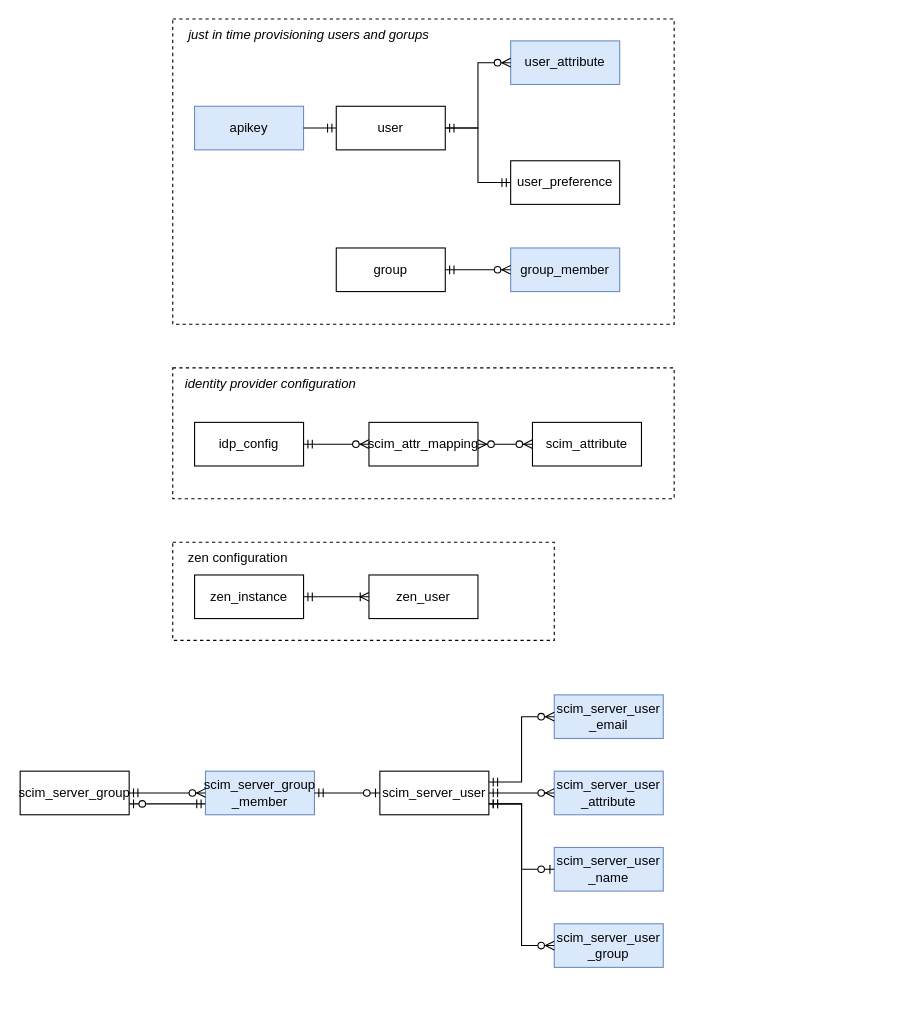
This is page "Page-2" (2 of 2) of IMDBSchemaDiagram.drawio from yannizhang2019/dbmigration, a draw.io file, before an edit. Source tidied: cells renumbered, new cells numbered last; positions are measured from the earlier drawing's top-left corner, leaving out a move shared by most shapes. Both pictures are drawn from the tidied source at 109%, with x=0, y=0 at pixel (20, 19).
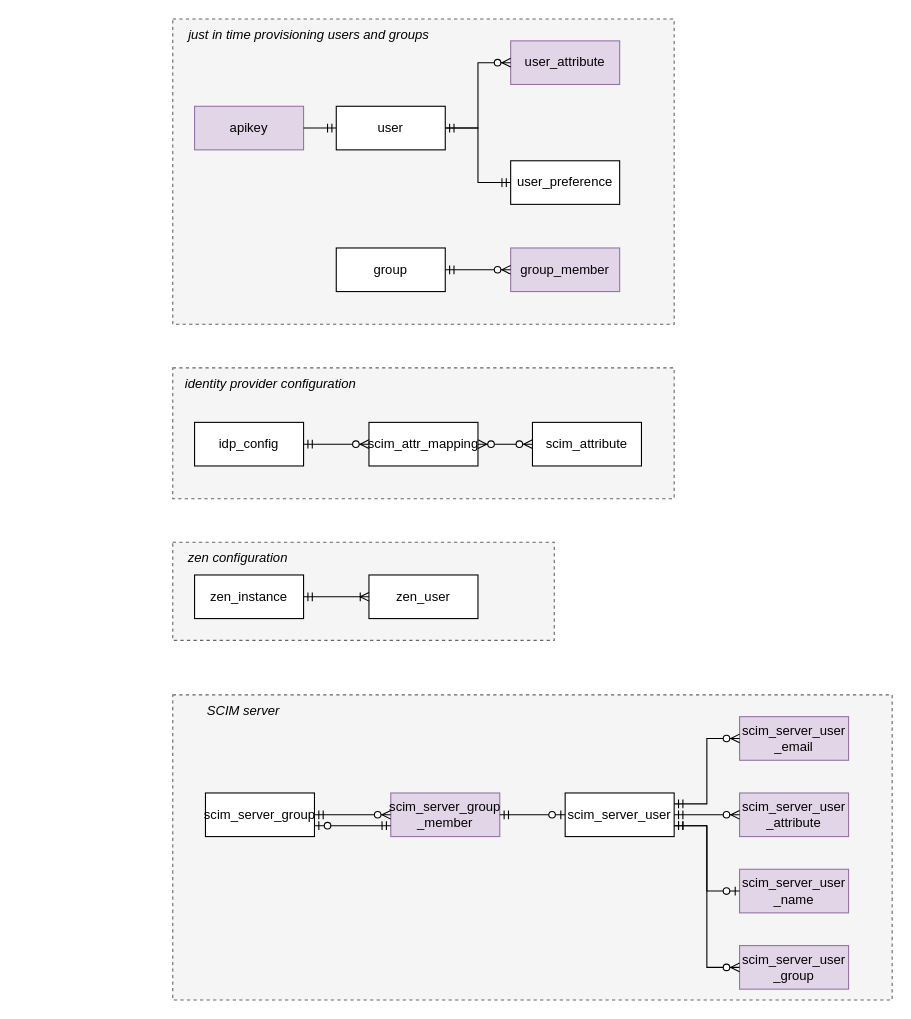
After the change.

The edit, as a diff of the source:
```diff
@@
+    <mxCell id="40" style="rounded=0;whiteSpace=wrap;html=1;fillColor=#f5f5f5;dashed=1;strokeColor=#666666;fontColor=#333333;" parent="1" vertex="1">
+      <mxGeometry x="140" y="620" width="660" height="280" as="geometry" />
+    </mxCell>
-    <mxCell id="2" style="rounded=0;whiteSpace=wrap;html=1;fillColor=none;dashed=1;" parent="1" vertex="1">
+    <mxCell id="2" style="rounded=0;whiteSpace=wrap;html=1;fillColor=#f5f5f5;dashed=1;strokeColor=#666666;fontColor=#333333;" parent="1" vertex="1">
       <mxGeometry x="140" y="480" width="350" height="90" as="geometry" />
     </mxCell>
-    <mxCell id="3" style="rounded=0;whiteSpace=wrap;html=1;fillColor=none;dashed=1;" parent="1" vertex="1">
+    <mxCell id="3" style="rounded=0;whiteSpace=wrap;html=1;fillColor=#f5f5f5;dashed=1;strokeColor=#666666;fontColor=#333333;" parent="1" vertex="1">
       <mxGeometry x="140" y="320" width="460" height="120" as="geometry" />
     </mxCell>
-    <mxCell id="4" style="rounded=0;whiteSpace=wrap;html=1;fillColor=none;dashed=1;" parent="1" vertex="1">
+    <mxCell id="4" style="rounded=0;whiteSpace=wrap;html=1;fillColor=#f5f5f5;dashed=1;strokeColor=#666666;fontColor=#333333;" parent="1" vertex="1">
       <mxGeometry x="140" width="460" height="280" as="geometry" />
     </mxCell>
@@
-    <mxCell id="6" value="user_attribute" style="whiteSpace=wrap;html=1;align=center;fillColor=#dae8fc;strokeColor=#6c8ebf;" parent="1" vertex="1">
+    <mxCell id="6" value="user_attribute" style="whiteSpace=wrap;html=1;align=center;fillColor=#e1d5e7;strokeColor=#9673a6;" parent="1" vertex="1">
       <mxGeometry x="450" y="20" width="100" height="40" as="geometry" />
     </mxCell>
-    <mxCell id="7" value="apikey" style="whiteSpace=wrap;html=1;align=center;fillColor=#dae8fc;strokeColor=#6c8ebf;" parent="1" vertex="1">
+    <mxCell id="7" value="apikey" style="whiteSpace=wrap;html=1;align=center;fillColor=#e1d5e7;strokeColor=#9673a6;" parent="1" vertex="1">
       <mxGeometry x="160" y="80" width="100" height="40" as="geometry" />
     </mxCell>
@@
-    <mxCell id="10" value="group_member" style="whiteSpace=wrap;html=1;align=center;fillColor=#dae8fc;strokeColor=#6c8ebf;" parent="1" vertex="1">
+    <mxCell id="10" value="group_member" style="whiteSpace=wrap;html=1;align=center;fillColor=#e1d5e7;strokeColor=#9673a6;" parent="1" vertex="1">
       <mxGeometry x="450" y="210" width="100" height="40" as="geometry" />
     </mxCell>
@@
-    <mxCell id="12" value="&lt;i&gt;just in time provisioning users and gorups&lt;/i&gt;" style="text;html=1;strokeColor=none;fillColor=none;align=center;verticalAlign=middle;whiteSpace=wrap;rounded=0;" parent="1" vertex="1">
+    <mxCell id="12" value="&lt;i&gt;just in time provisioning users and groups&lt;/i&gt;" style="text;html=1;strokeColor=none;fillColor=none;align=center;verticalAlign=middle;whiteSpace=wrap;rounded=0;" parent="1" vertex="1">
       <mxGeometry x="140" width="250" height="30" as="geometry" />
     </mxCell>
@@
-    <mxCell id="21" value="zen configuration" style="text;html=1;strokeColor=none;fillColor=none;align=center;verticalAlign=middle;whiteSpace=wrap;rounded=0;" parent="1" vertex="1">
+    <mxCell id="21" value="&lt;i&gt;zen configuration&lt;/i&gt;" style="text;html=1;strokeColor=none;fillColor=none;align=center;verticalAlign=middle;whiteSpace=wrap;rounded=0;" parent="1" vertex="1">
       <mxGeometry x="150" y="480" width="100" height="30" as="geometry" />
     </mxCell>
     <mxCell id="22" value="scim_server_user" style="whiteSpace=wrap;html=1;align=center;" parent="1" vertex="1">
-      <mxGeometry x="330" y="690" width="100" height="40" as="geometry" />
+      <mxGeometry x="500" y="710" width="100" height="40" as="geometry" />
     </mxCell>
-    <mxCell id="23" value="scim_server_user&lt;br&gt;_attribute" style="whiteSpace=wrap;html=1;align=center;fillColor=#dae8fc;strokeColor=#6c8ebf;" parent="1" vertex="1">
-      <mxGeometry x="490" y="690" width="100" height="40" as="geometry" />
+    <mxCell id="23" value="scim_server_user&lt;br&gt;_attribute" style="whiteSpace=wrap;html=1;align=center;fillColor=#e1d5e7;strokeColor=#9673a6;" parent="1" vertex="1">
+      <mxGeometry x="660" y="710" width="100" height="40" as="geometry" />
     </mxCell>
-    <mxCell id="24" value="scim_server_user&lt;br&gt;_email" style="whiteSpace=wrap;html=1;align=center;fillColor=#dae8fc;strokeColor=#6c8ebf;" parent="1" vertex="1">
-      <mxGeometry x="490" y="620" width="100" height="40" as="geometry" />
+    <mxCell id="24" value="scim_server_user&lt;br&gt;_email" style="whiteSpace=wrap;html=1;align=center;fillColor=#e1d5e7;strokeColor=#9673a6;" parent="1" vertex="1">
+      <mxGeometry x="660" y="640" width="100" height="40" as="geometry" />
     </mxCell>
-    <mxCell id="25" value="scim_server_user&lt;br&gt;_name" style="whiteSpace=wrap;html=1;align=center;fillColor=#dae8fc;strokeColor=#6c8ebf;" parent="1" vertex="1">
-      <mxGeometry x="490" y="760" width="100" height="40" as="geometry" />
+    <mxCell id="25" value="scim_server_user&lt;br&gt;_name" style="whiteSpace=wrap;html=1;align=center;fillColor=#e1d5e7;strokeColor=#9673a6;" parent="1" vertex="1">
+      <mxGeometry x="660" y="780" width="100" height="40" as="geometry" />
     </mxCell>
@@
     <mxCell id="27" style="edgeStyle=entityRelationEdgeStyle;fontSize=12;html=1;endArrow=ERzeroToMany;startArrow=ERmandOne;rounded=0;entryX=0;entryY=0.5;entryDx=0;entryDy=0;" parent="1" edge="1" target="24">
       <mxGeometry relative="1" as="geometry">
-        <mxPoint x="430" y="700" as="sourcePoint" />
+        <mxPoint x="600" y="720" as="sourcePoint" />
       </mxGeometry>
     </mxCell>
@@
-    <mxCell id="33" value="scim_server_user&lt;br&gt;_group" style="whiteSpace=wrap;html=1;align=center;fillColor=#dae8fc;strokeColor=#6c8ebf;" parent="1" vertex="1">
-      <mxGeometry x="490" y="830" width="100" height="40" as="geometry" />
+    <mxCell id="33" value="scim_server_user&lt;br&gt;_group" style="whiteSpace=wrap;html=1;align=center;fillColor=#e1d5e7;strokeColor=#9673a6;" parent="1" vertex="1">
+      <mxGeometry x="660" y="850" width="100" height="40" as="geometry" />
     </mxCell>
     <mxCell id="34" style="edgeStyle=entityRelationEdgeStyle;fontSize=12;html=1;endArrow=ERzeroToMany;startArrow=ERmandOne;rounded=0;entryX=0;entryY=0.5;entryDx=0;entryDy=0;" parent="1" edge="1" target="33">
       <mxGeometry relative="1" as="geometry">
-        <mxPoint x="430" y="720" as="sourcePoint" />
+        <mxPoint x="600" y="740" as="sourcePoint" />
       </mxGeometry>
     </mxCell>
     <mxCell id="35" value="scim_server_group" style="whiteSpace=wrap;html=1;align=center;" parent="1" vertex="1">
-      <mxGeometry y="690" width="100" height="40" as="geometry" />
+      <mxGeometry x="170" y="710" width="100" height="40" as="geometry" />
     </mxCell>
-    <mxCell id="36" value="scim_server_group&lt;br&gt;_member" style="whiteSpace=wrap;html=1;align=center;fillColor=#dae8fc;strokeColor=#6c8ebf;" parent="1" vertex="1">
-      <mxGeometry x="170" y="690" width="100" height="40" as="geometry" />
+    <mxCell id="36" value="scim_server_group&lt;br&gt;_member" style="whiteSpace=wrap;html=1;align=center;fillColor=#e1d5e7;strokeColor=#9673a6;" parent="1" vertex="1">
+      <mxGeometry x="340" y="710" width="100" height="40" as="geometry" />
     </mxCell>
@@
+    <mxCell id="41" value="&lt;i&gt;SCIM server&lt;/i&gt;" style="text;html=1;strokeColor=none;fillColor=none;align=center;verticalAlign=middle;whiteSpace=wrap;rounded=0;" parent="1" vertex="1">
+      <mxGeometry x="140" y="620" width="130" height="30" as="geometry" />
+    </mxCell>
```
